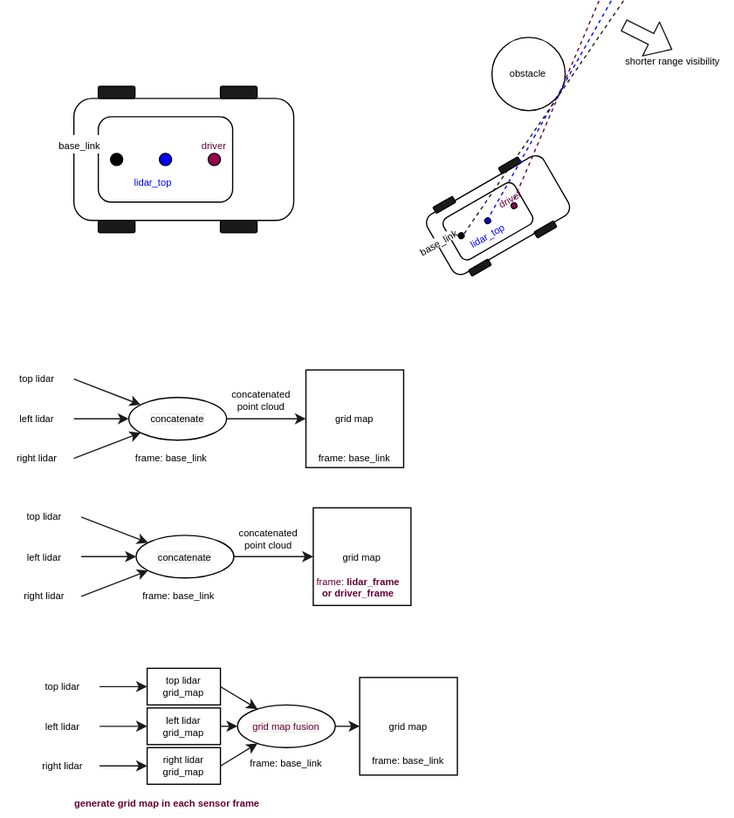
Above: fig/occupancy_grid_map_update.drawio.svg in YoshiRi/DocumentationFigureMemo (draw.io), before the change. Source tidied: cells renumbered, new cells last; positions are measured from the earlier drawing's top-left corner, leaving out a move shared by most shapes.
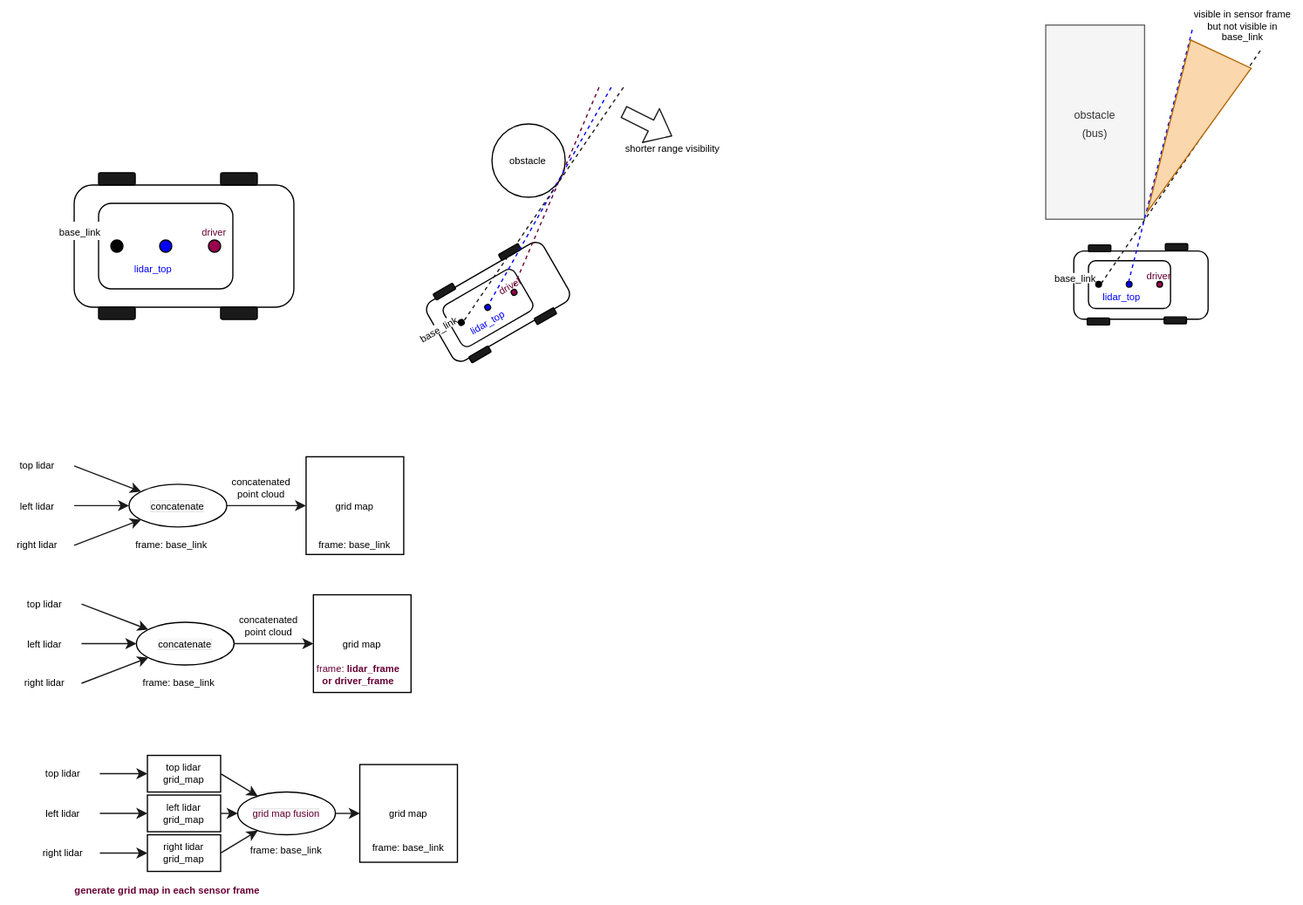
After the commit.

Change to the diagram source:
```diff
@@ -239,5 +239,68 @@
     <mxCell id="77" value="&lt;b&gt;&lt;font color=&quot;#660033&quot;&gt;generate grid map in each sensor frame&amp;nbsp;&lt;/font&gt;&lt;/b&gt;" style="text;html=1;align=center;verticalAlign=middle;strokeColor=none;fillColor=none;fontSize=8;fontColor=#000000;" parent="1" vertex="1">
       <mxGeometry x="50" y="647" width="172" height="22" as="geometry" />
     </mxCell>
+    <mxCell id="78" style="group;rotation=0;" parent="1" vertex="1">
+      <mxGeometry x="861" y="136" width="122.2" height="67.1" as="geometry" />
+    </mxCell>
+    <mxCell id="79" style="group;rotation=0;" parent="78" vertex="1">
+      <mxGeometry x="18" y="-8" width="110" height="67.1" as="geometry" />
+    </mxCell>
+    <mxCell id="80" style="rounded=1;whiteSpace=wrap;html=1;rotation=0;" parent="79" vertex="1">
+      <mxGeometry y="6" width="110" height="55.9" as="geometry" />
+    </mxCell>
+    <mxCell id="81" style="rounded=1;whiteSpace=wrap;html=1;rotation=0;" parent="79" vertex="1">
+      <mxGeometry x="12" y="14" width="67.2" height="39.1" as="geometry" />
+    </mxCell>
+    <mxCell id="82" style="rounded=1;whiteSpace=wrap;html=1;fillColor=#1A1A1A;rotation=0;" parent="79" vertex="1">
+      <mxGeometry x="11" y="61" width="18.3" height="5.6" as="geometry" />
+    </mxCell>
+    <mxCell id="83" style="rounded=1;whiteSpace=wrap;html=1;fillColor=#1A1A1A;rotation=0;" parent="79" vertex="1">
+      <mxGeometry x="74" y="60" width="18.3" height="5.6" as="geometry" />
+    </mxCell>
+    <mxCell id="84" style="rounded=1;whiteSpace=wrap;html=1;fillColor=#1A1A1A;rotation=0;" parent="79" vertex="1">
+      <mxGeometry x="75" width="18.3" height="5.6" as="geometry" />
+    </mxCell>
+    <mxCell id="85" style="rounded=1;whiteSpace=wrap;html=1;fillColor=#1A1A1A;rotation=0;" parent="79" vertex="1">
+      <mxGeometry x="12" y="1" width="18.3" height="5.6" as="geometry" />
+    </mxCell>
+    <mxCell id="86" style="ellipse;whiteSpace=wrap;html=1;fillColor=#000000;rotation=0;" parent="79" vertex="1">
+      <mxGeometry x="18" y="31" width="4.7" height="4.7" as="geometry" />
+    </mxCell>
+    <mxCell id="87" style="ellipse;whiteSpace=wrap;html=1;fillColor=#0000FF;rotation=0;" parent="79" vertex="1">
+      <mxGeometry x="43" y="31" width="4.7" height="4.7" as="geometry" />
+    </mxCell>
+    <mxCell id="88" style="ellipse;whiteSpace=wrap;html=1;fillColor=#99004D;rotation=0;" parent="79" vertex="1">
+      <mxGeometry x="68" y="31" width="4.7" height="4.7" as="geometry" />
+    </mxCell>
+    <mxCell id="89" value="&lt;font color=&quot;#0000ff&quot; style=&quot;font-size: 8px;&quot;&gt;lidar_top&lt;/font&gt;" style="text;html=1;strokeColor=none;fillColor=default;align=center;verticalAlign=middle;whiteSpace=wrap;rounded=0;gradientColor=none;gradientDirection=radial;rotation=0;" parent="79" vertex="1">
+      <mxGeometry x="24" y="39" width="30.6" height="8.4" as="geometry" />
+    </mxCell>
+    <mxCell id="90" value="&lt;font color=&quot;#660033&quot; style=&quot;font-size: 8px;&quot;&gt;driver&lt;/font&gt;" style="text;html=1;strokeColor=none;fillColor=none;align=center;verticalAlign=middle;whiteSpace=wrap;rounded=0;gradientColor=none;gradientDirection=radial;rotation=0;" parent="79" vertex="1">
+      <mxGeometry x="58" y="22" width="24.5" height="8.4" as="geometry" />
+    </mxCell>
+    <mxCell id="91" value="&lt;font style=&quot;font-size: 8px;&quot;&gt;base_link&lt;/font&gt;" style="text;html=1;strokeColor=none;fillColor=default;align=center;verticalAlign=middle;whiteSpace=wrap;rounded=0;gradientColor=none;gradientDirection=radial;rotation=0;" parent="78" vertex="1">
+      <mxGeometry x="4" y="16" width="30.6" height="8.4" as="geometry" />
+    </mxCell>
+    <mxCell id="92" value="&lt;font style=&quot;font-size: 9px;&quot;&gt;obstacle&lt;br&gt;(bus)&lt;/font&gt;" style="rounded=0;whiteSpace=wrap;html=1;fillColor=#f5f5f5;fontColor=#333333;strokeColor=#666666;" parent="1" vertex="1">
+      <mxGeometry x="856" y="-51" width="81" height="159" as="geometry" />
+    </mxCell>
+    <mxCell id="93" style="endArrow=none;dashed=1;html=1;fontSize=8;fontColor=#000000;entryX=1;entryY=0;entryDx=0;entryDy=0;strokeColor=#0000FF;" parent="1" edge="1">
+      <mxGeometry relative="1" as="geometry">
+        <mxPoint x="976" y="-47" as="sourcePoint" />
+        <mxPoint x="923" y="162.9" as="targetPoint" />
+      </mxGeometry>
+    </mxCell>
+    <mxCell id="94" style="endArrow=none;dashed=1;html=1;fontSize=8;fontColor=#000000;entryX=1;entryY=0.5;entryDx=0;entryDy=0;strokeColor=#1A1A1A;" parent="1" edge="1">
+      <mxGeometry relative="1" as="geometry">
+        <mxPoint x="1031.8" y="-30" as="sourcePoint" />
+        <mxPoint x="901" y="161.3" as="targetPoint" />
+      </mxGeometry>
+    </mxCell>
+    <mxCell id="95" value="visible in sensor frame&lt;br&gt;but not visible in&lt;br&gt;base_link" style="text;html=1;align=center;verticalAlign=middle;strokeColor=none;fillColor=none;fontSize=8;fontColor=#000000;" parent="1" vertex="1">
+      <mxGeometry x="968" y="-71" width="98" height="41" as="geometry" />
+    </mxCell>
+    <mxCell id="96" style="triangle;whiteSpace=wrap;html=1;fontSize=9;rotation=-245;fillColor=#fad7ac;strokeColor=#b46504;" parent="1" vertex="1">
+      <mxGeometry x="898.2" y="10" width="142.5" height="54.7" as="geometry" />
+    </mxCell>
   </root>
 </mxGraphModel>
```
